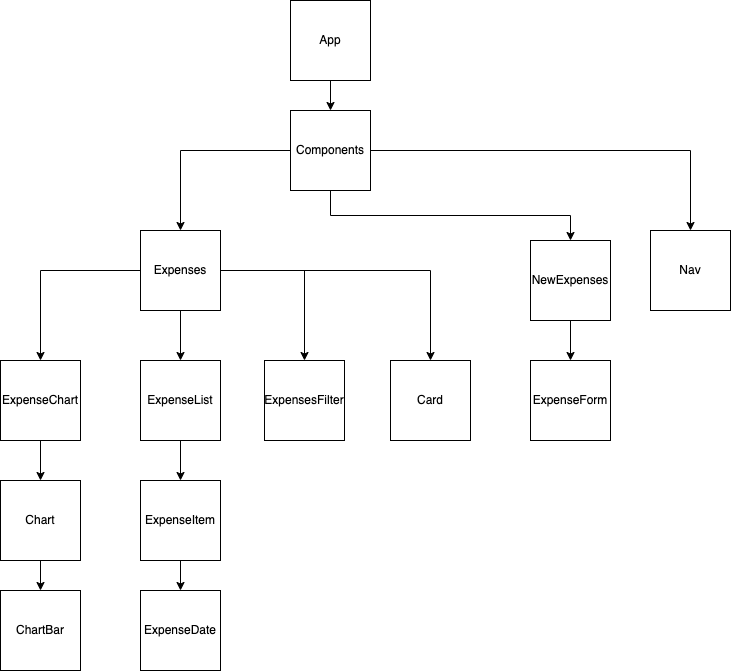
Earlier version of the draw.io export ExpenseTracker.drawio.png (laladevilukeluv/expenseTracker). Source tidied: cells renumbered, new cells last; positions are measured from the earlier drawing's top-left corner, leaving out a move shared by most shapes.
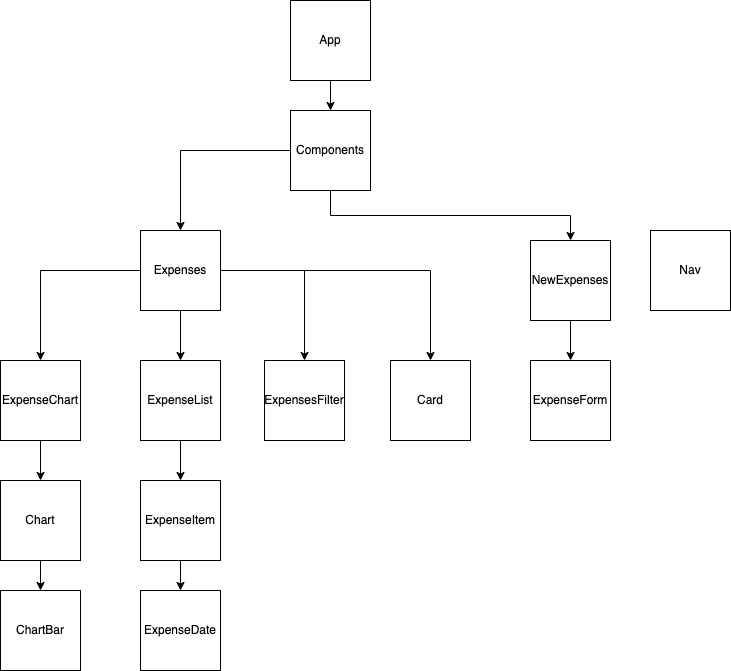
The same file after the commit.

Change to the diagram source:
```diff
@@ -14,7 +14,7 @@
     <mxCell id="5" style="edgeStyle=orthogonalEdgeStyle;rounded=0;jettySize=auto;html=1;exitX=0.5;exitY=1;exitDx=0;exitDy=0;entryX=0.5;entryY=0;entryDx=0;entryDy=0;" parent="1" edge="1" source="7" target="10">
       <mxGeometry relative="1" as="geometry" />
     </mxCell>
-    <mxCell id="6" style="edgeStyle=orthogonalEdgeStyle;rounded=0;jettySize=auto;html=1;exitX=1;exitY=0.5;exitDx=0;exitDy=0;entryX=0.5;entryY=0;entryDx=0;entryDy=0;" parent="1" edge="1" source="7" target="8">
+    <mxCell id="6" style="edgeStyle=orthogonalEdgeStyle;rounded=0;jettySize=auto;html=1;exitX=1;exitY=0.5;exitDx=0;exitDy=0;entryX=0.5;entryY=0;entryDx=0;entryDy=0;strokeColor=#FFFFFF;" parent="1" edge="1" source="7" target="8">
       <mxGeometry relative="1" as="geometry" />
     </mxCell>
     <mxCell id="7" value="Components" style="whiteSpace=wrap;html=1;" parent="1" vertex="1">
```
